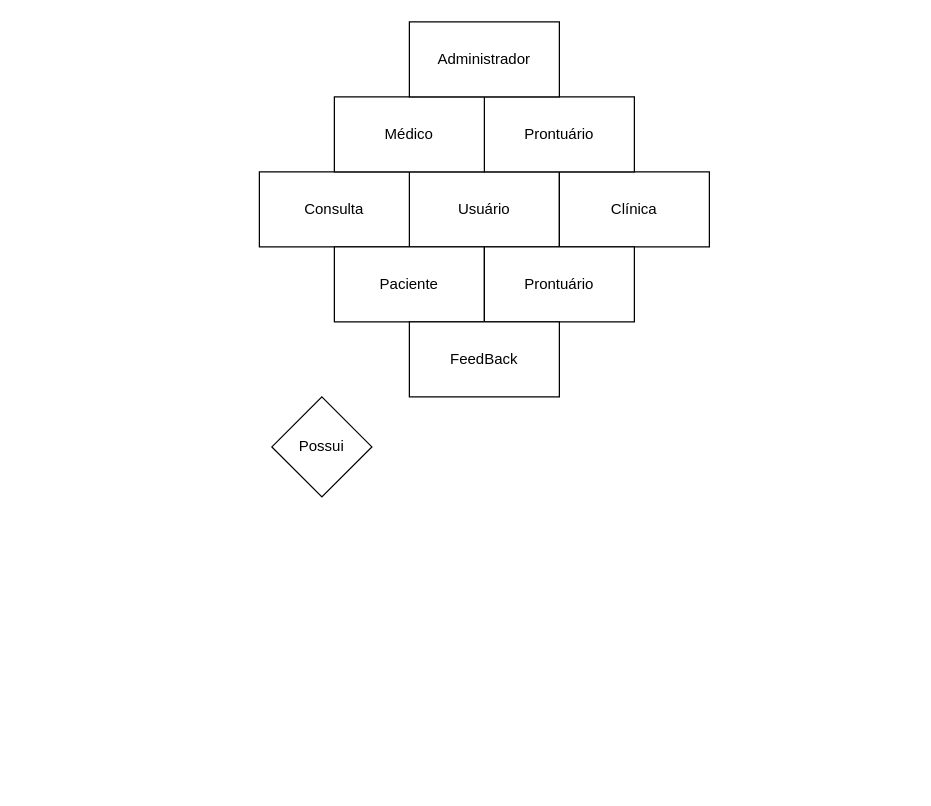
Earlier version of the draw.io diagram Projeto_Health_Clinic.drawio (wolf-muuh/projetoHealthClinic). Source tidied: cells renumbered, new cells numbered last; positions are measured from the earlier drawing's top-left corner, leaving out a move shared by most shapes. Both pictures are drawn from the tidied source at 125%, with x=0, y=0 at pixel (259, 21).
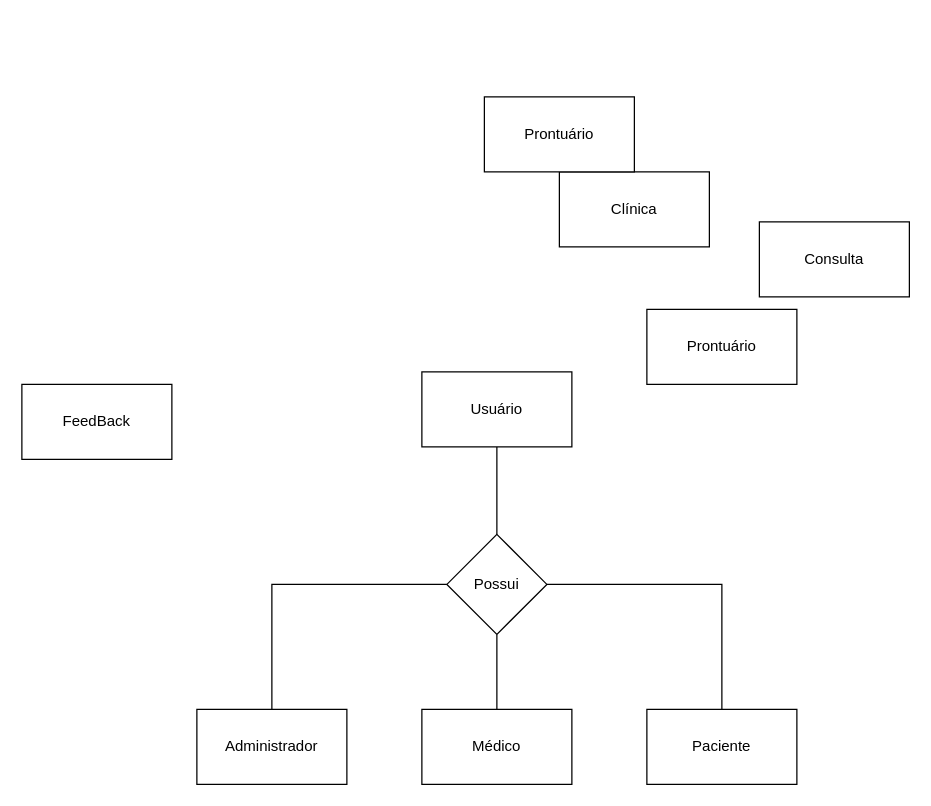
The same diagram, later.

Diff of the diagram source:
```diff
@@
 <mxGraphModel>
   <root>
     <mxCell id="0" />
     <mxCell id="1" parent="0" />
+    <mxCell id="12" style="edgeStyle=orthogonalEdgeStyle;rounded=0;jettySize=auto;html=1;entryX=0.5;entryY=0;entryDx=0;entryDy=0;endArrow=none;endFill=0;" parent="1" edge="1" source="2" target="10">
+      <mxGeometry relative="1" as="geometry" />
+    </mxCell>
     <mxCell id="2" value="Usuário" style="rounded=0;whiteSpace=wrap;html=1;" parent="1" vertex="1">
-      <mxGeometry x="120" y="120" width="120" height="60" as="geometry" />
+      <mxGeometry x="130" y="280" width="120" height="60" as="geometry" />
     </mxCell>
     <mxCell id="3" value="Consulta" style="rounded=0;whiteSpace=wrap;html=1;" parent="1" vertex="1">
-      <mxGeometry y="120" width="120" height="60" as="geometry" />
+      <mxGeometry x="400" y="160" width="120" height="60" as="geometry" />
     </mxCell>
     <mxCell id="4" value="Clínica" style="rounded=0;whiteSpace=wrap;html=1;" parent="1" vertex="1">
       <mxGeometry x="240" y="120" width="120" height="60" as="geometry" />
     </mxCell>
     <mxCell id="5" value="Prontuário" style="rounded=0;whiteSpace=wrap;html=1;" parent="1" vertex="1">
       <mxGeometry x="180" y="60" width="120" height="60" as="geometry" />
     </mxCell>
     <mxCell id="6" value="Médico" style="rounded=0;whiteSpace=wrap;html=1;" parent="1" vertex="1">
-      <mxGeometry x="60" y="60" width="120" height="60" as="geometry" />
+      <mxGeometry x="130" y="550" width="120" height="60" as="geometry" />
     </mxCell>
     <mxCell id="7" value="Administrador" style="rounded=0;whiteSpace=wrap;html=1;" parent="1" vertex="1">
-      <mxGeometry x="120" width="120" height="60" as="geometry" />
+      <mxGeometry x="-50" y="550" width="120" height="60" as="geometry" />
     </mxCell>
     <mxCell id="8" value="Paciente" style="rounded=0;whiteSpace=wrap;html=1;" parent="1" vertex="1">
-      <mxGeometry x="60" y="180" width="120" height="60" as="geometry" />
+      <mxGeometry x="310" y="550" width="120" height="60" as="geometry" />
     </mxCell>
     <mxCell id="9" value="Prontuário" style="rounded=0;whiteSpace=wrap;html=1;" parent="1" vertex="1">
-      <mxGeometry x="180" y="180" width="120" height="60" as="geometry" />
+      <mxGeometry x="310" y="230" width="120" height="60" as="geometry" />
     </mxCell>
+    <mxCell id="13" style="edgeStyle=orthogonalEdgeStyle;rounded=0;jettySize=auto;html=1;entryX=0.5;entryY=0;entryDx=0;entryDy=0;endArrow=none;endFill=0;" parent="1" edge="1" source="10" target="7">
+      <mxGeometry relative="1" as="geometry" />
+    </mxCell>
+    <mxCell id="14" style="edgeStyle=orthogonalEdgeStyle;rounded=0;jettySize=auto;html=1;entryX=0.5;entryY=0;entryDx=0;entryDy=0;endArrow=none;endFill=0;" parent="1" edge="1" source="10" target="6">
+      <mxGeometry relative="1" as="geometry" />
+    </mxCell>
+    <mxCell id="15" style="edgeStyle=orthogonalEdgeStyle;rounded=0;jettySize=auto;html=1;endArrow=none;endFill=0;" parent="1" edge="1" source="10" target="8">
+      <mxGeometry relative="1" as="geometry" />
+    </mxCell>
     <mxCell id="10" value="Possui" style="rhombus;whiteSpace=wrap;html=1;" parent="1" vertex="1">
-      <mxGeometry x="10" y="300" width="80" height="80" as="geometry" />
+      <mxGeometry x="150" y="410" width="80" height="80" as="geometry" />
     </mxCell>
     <mxCell id="11" value="FeedBack" style="rounded=0;whiteSpace=wrap;html=1;" parent="1" vertex="1">
-      <mxGeometry x="120" y="240" width="120" height="60" as="geometry" />
+      <mxGeometry x="-190" y="290" width="120" height="60" as="geometry" />
     </mxCell>
   </root>
 </mxGraphModel>
```
